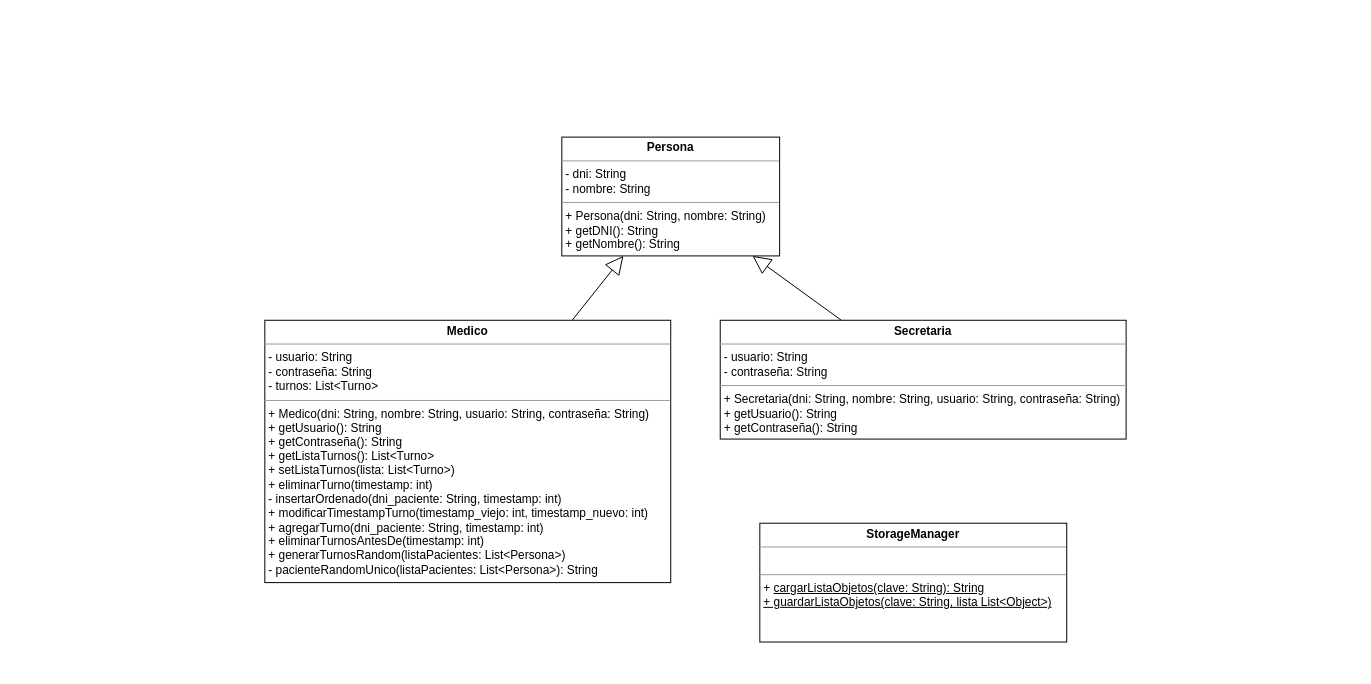
The draw.io diagram Diagrama_clases.drawio in facu9923/TPE-Metodologia, before the edit. Source tidied: cells renumbered, new cells numbered last; positions are measured from the earlier drawing's top-left corner, leaving out a move shared by most shapes. Both pictures are drawn from the tidied source at 99%, with x=0, y=0 at pixel (264, 137).
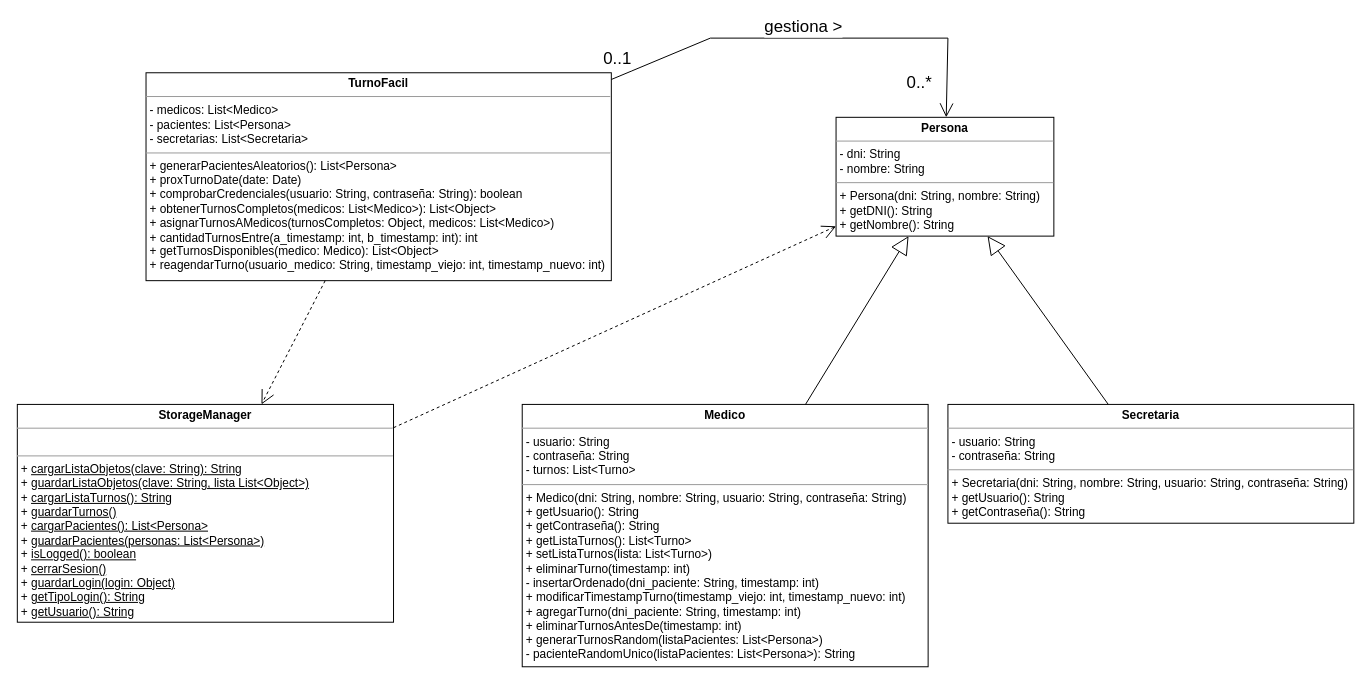
After the change.

Commit message:
diagrama de clases actualizado

The edit, as a diff of the source:
```diff
@@
 <mxGraphModel>
   <root>
     <mxCell id="0" />
     <mxCell id="1" parent="0" />
     <mxCell id="2" value="&lt;p style=&quot;margin:0px;margin-top:4px;text-align:center;&quot;&gt;&lt;b&gt;Persona&lt;/b&gt;&lt;/p&gt;&lt;hr size=&quot;1&quot;&gt;&lt;p style=&quot;margin:0px;margin-left:4px;&quot;&gt;- dni: String&lt;/p&gt;&lt;p style=&quot;margin:0px;margin-left:4px;&quot;&gt;- nombre: String&lt;/p&gt;&lt;hr size=&quot;1&quot;&gt;&lt;p style=&quot;margin:0px;margin-left:4px;&quot;&gt;+ Persona(dni: String, nombre: String)&lt;/p&gt;&lt;p style=&quot;margin:0px;margin-left:4px;&quot;&gt;+ getDNI(): String&lt;/p&gt;&lt;p style=&quot;margin:0px;margin-left:4px;&quot;&gt;+ getNombre(): String&lt;/p&gt;" style="verticalAlign=top;align=left;overflow=fill;fontSize=12;fontFamily=Helvetica;html=1;" parent="1" vertex="1">
-      <mxGeometry x="300" width="220" height="120" as="geometry" />
+      <mxGeometry x="577" y="-20" width="220" height="120" as="geometry" />
     </mxCell>
     <mxCell id="3" value="&lt;p style=&quot;margin:0px;margin-top:4px;text-align:center;&quot;&gt;&lt;b&gt;Secretaria&lt;/b&gt;&lt;/p&gt;&lt;hr size=&quot;1&quot;&gt;&lt;p style=&quot;margin:0px;margin-left:4px;&quot;&gt;- usuario: String&lt;br&gt;&lt;/p&gt;&lt;p style=&quot;margin:0px;margin-left:4px;&quot;&gt;- contraseña: String&lt;/p&gt;&lt;hr size=&quot;1&quot;&gt;&lt;p style=&quot;margin:0px;margin-left:4px;&quot;&gt;+ Secretaria(dni: String, nombre: String, usuario: String, contraseña: String)&lt;/p&gt;&lt;p style=&quot;margin:0px;margin-left:4px;&quot;&gt;+ getUsuario(): String&lt;/p&gt;&lt;p style=&quot;margin:0px;margin-left:4px;&quot;&gt;+ getContraseña(): String&lt;/p&gt;" style="verticalAlign=top;align=left;overflow=fill;fontSize=12;fontFamily=Helvetica;html=1;" parent="1" vertex="1">
-      <mxGeometry x="460" y="185" width="410" height="120" as="geometry" />
+      <mxGeometry x="690" y="270" width="410" height="120" as="geometry" />
     </mxCell>
     <mxCell id="4" value="&lt;p style=&quot;margin:0px;margin-top:4px;text-align:center;&quot;&gt;&lt;b&gt;Medico&lt;/b&gt;&lt;/p&gt;&lt;hr size=&quot;1&quot;&gt;&lt;p style=&quot;margin:0px;margin-left:4px;&quot;&gt;- usuario: String&lt;br&gt;&lt;/p&gt;&lt;p style=&quot;margin:0px;margin-left:4px;&quot;&gt;- contraseña: String&lt;/p&gt;&lt;p style=&quot;margin:0px;margin-left:4px;&quot;&gt;- turnos: List&amp;lt;Turno&amp;gt;&lt;/p&gt;&lt;hr size=&quot;1&quot;&gt;&lt;p style=&quot;margin:0px;margin-left:4px;&quot;&gt;+ Medico(dni: String, nombre: String, usuario: String, contraseña: String)&lt;/p&gt;&lt;p style=&quot;margin:0px;margin-left:4px;&quot;&gt;+ getUsuario(): String&lt;/p&gt;&lt;p style=&quot;margin:0px;margin-left:4px;&quot;&gt;+ getContraseña(): String&lt;/p&gt;&lt;p style=&quot;margin:0px;margin-left:4px;&quot;&gt;+ getListaTurnos(): List&amp;lt;Turno&amp;gt;&lt;/p&gt;&lt;p style=&quot;margin:0px;margin-left:4px;&quot;&gt;+ setListaTurnos(lista: List&amp;lt;Turno&amp;gt;)&lt;/p&gt;&lt;p style=&quot;margin:0px;margin-left:4px;&quot;&gt;+ eliminarTurno(timestamp: int)&lt;/p&gt;&lt;p style=&quot;margin:0px;margin-left:4px;&quot;&gt;- insertarOrdenado(dni_paciente: String, timestamp: int)&lt;/p&gt;&lt;p style=&quot;margin:0px;margin-left:4px;&quot;&gt;+ modificarTimestampTurno(timestamp_viejo: int, timestamp_nuevo: int)&lt;/p&gt;&lt;p style=&quot;margin:0px;margin-left:4px;&quot;&gt;+&amp;nbsp;agregarTurno(dni_paciente: String, timestamp: int)&lt;/p&gt;&lt;p style=&quot;margin:0px;margin-left:4px;&quot;&gt;+&amp;nbsp;eliminarTurnosAntesDe(timestamp: int)&lt;/p&gt;&lt;p style=&quot;margin:0px;margin-left:4px;&quot;&gt;+ generarTurnosRandom(listaPacientes: List&amp;lt;Persona&amp;gt;)&lt;br&gt;&lt;/p&gt;&lt;p style=&quot;margin:0px;margin-left:4px;&quot;&gt;- pacienteRandomUnico(listaPacientes: List&amp;lt;Persona&amp;gt;): String&lt;/p&gt;" style="verticalAlign=top;align=left;overflow=fill;fontSize=12;fontFamily=Helvetica;html=1;" parent="1" vertex="1">
-      <mxGeometry y="185" width="410" height="265" as="geometry" />
+      <mxGeometry x="260" y="270" width="410" height="265" as="geometry" />
     </mxCell>
     <mxCell id="5" style="endArrow=block;endSize=16;endFill=0;html=1;rounded=0;" parent="1" edge="1" source="4" target="2">
       <mxGeometry relative="1" as="geometry" />
     </mxCell>
     <mxCell id="6" style="endArrow=block;endSize=16;endFill=0;html=1;rounded=0;" parent="1" edge="1" source="3" target="2">
       <mxGeometry relative="1" as="geometry" />
     </mxCell>
-    <mxCell id="7" value="&lt;p style=&quot;margin:0px;margin-top:4px;text-align:center;&quot;&gt;&lt;b&gt;StorageManager&lt;/b&gt;&lt;/p&gt;&lt;hr size=&quot;1&quot;&gt;&lt;p style=&quot;margin:0px;margin-left:4px;&quot;&gt;&lt;br&gt;&lt;/p&gt;&lt;hr size=&quot;1&quot;&gt;&lt;p style=&quot;margin:0px;margin-left:4px;&quot;&gt;+ &lt;u&gt;cargarListaObjetos(clave: String): String&lt;/u&gt;&lt;/p&gt;&lt;p style=&quot;margin:0px;margin-left:4px;&quot;&gt;&lt;u&gt;+ guardarListaObjetos(clave: String, lista List&amp;lt;Object&amp;gt;)&lt;/u&gt;&lt;/p&gt;" style="verticalAlign=top;align=left;overflow=fill;fontSize=12;fontFamily=Helvetica;html=1;" parent="1" vertex="1">
-      <mxGeometry x="500" y="390" width="310" height="120" as="geometry" />
+    <mxCell id="7" value="&lt;p style=&quot;margin:0px;margin-top:4px;text-align:center;&quot;&gt;&lt;b&gt;StorageManager&lt;/b&gt;&lt;/p&gt;&lt;hr size=&quot;1&quot;&gt;&lt;p style=&quot;margin:0px;margin-left:4px;&quot;&gt;&lt;br&gt;&lt;/p&gt;&lt;hr size=&quot;1&quot;&gt;&lt;p style=&quot;margin:0px;margin-left:4px;&quot;&gt;+ &lt;u&gt;cargarListaObjetos(clave: String): String&lt;/u&gt;&lt;/p&gt;&lt;p style=&quot;margin:0px;margin-left:4px;&quot;&gt;+ &lt;u&gt;guardarListaObjetos(clave: String, lista List&amp;lt;Object&amp;gt;)&lt;/u&gt;&lt;/p&gt;&lt;p style=&quot;margin:0px;margin-left:4px;&quot;&gt;+ &lt;u&gt;cargarListaTurnos(): String&lt;/u&gt;&lt;/p&gt;&lt;p style=&quot;margin:0px;margin-left:4px;&quot;&gt;+ &lt;u&gt;guardarTurnos()&lt;br&gt;&lt;/u&gt;&lt;/p&gt;&lt;p style=&quot;margin:0px;margin-left:4px;&quot;&gt;+ &lt;u&gt;cargarPacientes(): List&amp;lt;Persona&amp;gt;&lt;/u&gt;&lt;/p&gt;&lt;p style=&quot;margin:0px;margin-left:4px;&quot;&gt;+ &lt;u&gt;guardarPacientes(personas: List&amp;lt;Persona&amp;gt;)&lt;/u&gt;&lt;/p&gt;&lt;p style=&quot;margin:0px;margin-left:4px;&quot;&gt;+ &lt;u&gt;isLogged(): boolean&lt;/u&gt;&lt;/p&gt;&lt;p style=&quot;margin:0px;margin-left:4px;&quot;&gt;+ &lt;u&gt;cerrarSesion()&lt;/u&gt;&lt;/p&gt;&lt;p style=&quot;margin:0px;margin-left:4px;&quot;&gt;+ &lt;u&gt;guardarLogin(login: Object)&lt;/u&gt;&lt;/p&gt;&lt;p style=&quot;margin:0px;margin-left:4px;&quot;&gt;+ &lt;u&gt;getTipoLogin(): String&lt;/u&gt;&lt;/p&gt;&lt;p style=&quot;margin:0px;margin-left:4px;&quot;&gt;+ &lt;u&gt;getUsuario(): String&lt;/u&gt;&lt;/p&gt;" style="verticalAlign=top;align=left;overflow=fill;fontSize=12;fontFamily=Helvetica;html=1;" parent="1" vertex="1">
+      <mxGeometry x="-250" y="270" width="380" height="220" as="geometry" />
     </mxCell>
+    <mxCell id="8" value="&lt;p style=&quot;margin:0px;margin-top:4px;text-align:center;&quot;&gt;&lt;b&gt;TurnoFacil&lt;/b&gt;&lt;/p&gt;&lt;hr size=&quot;1&quot;&gt;&lt;p style=&quot;margin:0px;margin-left:4px;&quot;&gt;- medicos: List&amp;lt;Medico&amp;gt;&lt;/p&gt;&lt;p style=&quot;margin:0px;margin-left:4px;&quot;&gt;- pacientes: List&amp;lt;Persona&amp;gt;&lt;/p&gt;&lt;p style=&quot;margin:0px;margin-left:4px;&quot;&gt;- secretarias: List&amp;lt;Secretaria&amp;gt;&lt;/p&gt;&lt;hr size=&quot;1&quot;&gt;&lt;p style=&quot;margin:0px;margin-left:4px;&quot;&gt;+&amp;nbsp;generarPacientesAleatorios(): List&amp;lt;Persona&amp;gt;&lt;/p&gt;&lt;p style=&quot;margin:0px;margin-left:4px;&quot;&gt;+&amp;nbsp;proxTurnoDate(date: Date)&lt;/p&gt;&lt;p style=&quot;margin:0px;margin-left:4px;&quot;&gt;+&amp;nbsp;comprobarCredenciales(usuario: String, contraseña: String): boolean&lt;/p&gt;&lt;p style=&quot;margin:0px;margin-left:4px;&quot;&gt;+&amp;nbsp;obtenerTurnosCompletos(medicos: List&amp;lt;Medico&amp;gt;): List&amp;lt;Object&amp;gt;&lt;/p&gt;&lt;p style=&quot;margin:0px;margin-left:4px;&quot;&gt;+&amp;nbsp;asignarTurnosAMedicos(turnosCompletos: Object, medicos: List&amp;lt;Medico&amp;gt;)&lt;/p&gt;&lt;p style=&quot;margin:0px;margin-left:4px;&quot;&gt;+&amp;nbsp;cantidadTurnosEntre(a_timestamp: int, b_timestamp: int): int&lt;/p&gt;&lt;p style=&quot;margin:0px;margin-left:4px;&quot;&gt;+&amp;nbsp;getTurnosDisponibles(medico: Medico): List&amp;lt;Object&amp;gt;&lt;/p&gt;&lt;p style=&quot;margin:0px;margin-left:4px;&quot;&gt;+&amp;nbsp;reagendarTurno(usuario_medico: String, timestamp_viejo: int, timestamp_nuevo: int)&lt;/p&gt;&lt;p style=&quot;margin:0px;margin-left:4px;&quot;&gt;&lt;br&gt;&lt;/p&gt;" style="verticalAlign=top;align=left;overflow=fill;fontSize=12;fontFamily=Helvetica;html=1;" parent="1" vertex="1">
+      <mxGeometry x="-120" y="-65" width="470" height="210" as="geometry" />
+    </mxCell>
+    <mxCell id="9" style="endArrow=open;endFill=1;endSize=12;html=1;rounded=0;" parent="1" edge="1" source="8" target="2">
+      <mxGeometry relative="1" as="geometry">
+        <Array as="points">
+          <mxPoint x="450" y="-100" />
+          <mxPoint x="690" y="-100" />
+        </Array>
+      </mxGeometry>
+    </mxCell>
+    <mxCell id="10" value="&lt;font style=&quot;font-size: 17px;&quot;&gt;gestiona &amp;gt;&lt;/font&gt;" style="edgeLabel;html=1;align=center;verticalAlign=middle;" parent="9" vertex="1">
+      <mxGeometry x="-0.59" y="3" relative="1" as="geometry">
+        <mxPoint x="113" y="-17" as="offset" />
+      </mxGeometry>
+    </mxCell>
+    <mxCell id="11" value="0..1" style="edgeLabel;html=1;align=center;verticalAlign=middle;fontSize=17;" parent="9" vertex="1">
+      <mxGeometry x="-0.84" y="-1" relative="1" as="geometry">
+        <mxPoint x="-26" y="-8" as="offset" />
+      </mxGeometry>
+    </mxCell>
+    <mxCell id="12" value="0..*" style="edgeLabel;html=1;align=center;verticalAlign=middle;fontSize=17;" parent="9" vertex="1">
+      <mxGeometry x="0.8" y="-1" relative="1" as="geometry">
+        <mxPoint x="-28" y="8" as="offset" />
+      </mxGeometry>
+    </mxCell>
+    <mxCell id="13" style="endArrow=open;endSize=12;dashed=1;html=1;rounded=0;fontSize=17;" parent="1" edge="1" source="8" target="7">
+      <mxGeometry relative="1" as="geometry" />
+    </mxCell>
+    <mxCell id="14" style="endArrow=open;endSize=12;dashed=1;html=1;rounded=0;fontSize=17;" parent="1" edge="1" source="7" target="2">
+      <mxGeometry relative="1" as="geometry" />
+    </mxCell>
   </root>
 </mxGraphModel>
```
